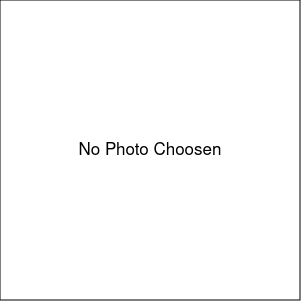
Above: Food101/images/noPhoto.png in k-katarzyna/Food_Images_Classification (draw.io), before the change. Source tidied: cells renumbered, new cells last; positions are measured from the earlier drawing's top-left corner, leaving out a move shared by most shapes. The source it was exported from:
```xml
<mxGraphModel>
  <root>
    <mxCell id="0" />
    <mxCell id="1" parent="0" />
    <mxCell id="2" value="&lt;font style=&quot;font-size: 17px;&quot;&gt;&lt;font&gt;No Photo Choosen&lt;/font&gt;&lt;font&gt;&lt;br&gt;&lt;/font&gt;&lt;/font&gt;" style="rounded=0;whiteSpace=wrap;html=1;" parent="1" vertex="1">
      <mxGeometry width="300" height="300" as="geometry" />
    </mxCell>
  </root>
</mxGraphModel>
```
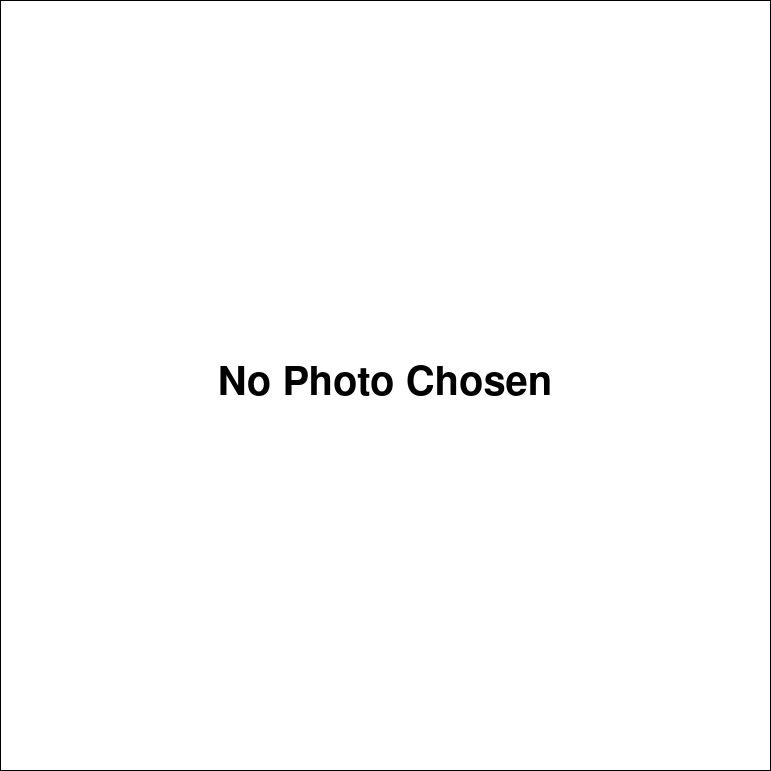
The same file after the commit.

Commit message:
no photo higher resolution

Change to the diagram source:
```diff
@@ -2,8 +2,8 @@
   <root>
     <mxCell id="0" />
     <mxCell id="1" parent="0" />
-    <mxCell id="2" value="&lt;font style=&quot;font-size: 17px;&quot;&gt;&lt;font&gt;No Photo Choosen&lt;/font&gt;&lt;font&gt;&lt;br&gt;&lt;/font&gt;&lt;/font&gt;" style="rounded=0;whiteSpace=wrap;html=1;" parent="1" vertex="1">
-      <mxGeometry width="300" height="300" as="geometry" />
+    <mxCell id="2" value="&lt;font style=&quot;font-size: 40px;&quot;&gt;&lt;b&gt;&lt;font&gt;No Photo Chosen&lt;/font&gt;&lt;/b&gt;&lt;font&gt;&lt;b&gt;&lt;font&gt;&lt;font&gt;&lt;br&gt;&lt;/font&gt;&lt;/font&gt;&lt;/b&gt;&lt;/font&gt;&lt;/font&gt;" style="rounded=0;whiteSpace=wrap;html=1;" parent="1" vertex="1">
+      <mxGeometry width="770" height="770" as="geometry" />
     </mxCell>
   </root>
 </mxGraphModel>
```
